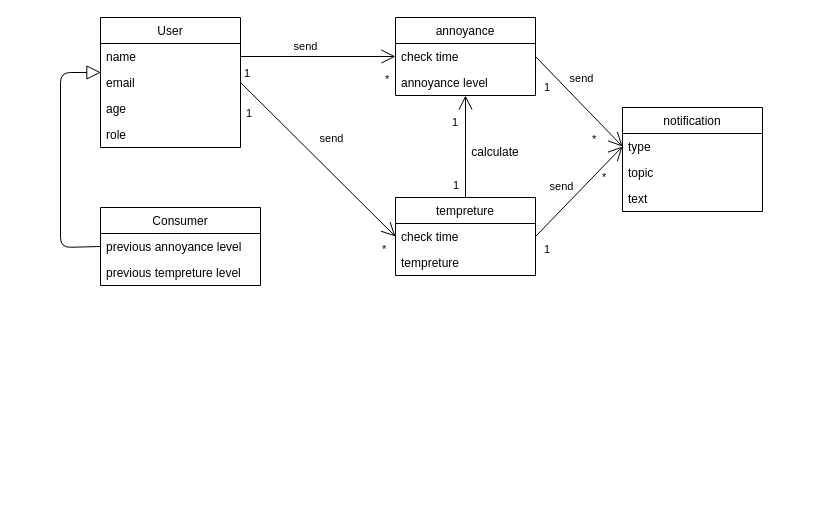
The draw.io diagram 2-SoftwareDesign/2.1-UMLConceptClasses/UML-ConceptClasses.drawio in oleksandrblazhko/ai-215-korchakovskij, before the edit. Source tidied: cells renumbered, new cells numbered last; positions are measured from the earlier drawing's top-left corner, leaving out a move shared by most shapes. Both pictures are drawn from the tidied source at 100%, with x=0, y=0 at pixel (60, 17).
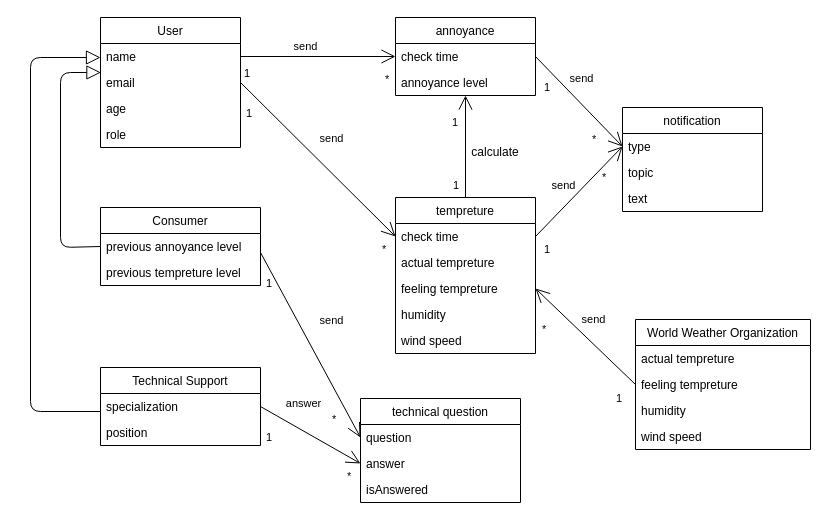
Above is the later version.

The edit, as a diff of the source:
```diff
@@
     <mxCell id="18" value="tempreture" style="swimlane;fontStyle=0;horizontal=1;startSize=26;fillColor=none;" parent="1" vertex="1">
-      <mxGeometry x="335" y="180" width="140" height="78" as="geometry" />
+      <mxGeometry x="335" y="180" width="140" height="156" as="geometry" />
     </mxCell>
@@
-    <mxCell id="20" value="tempreture" style="text;strokeColor=none;fillColor=none;align=left;verticalAlign=top;spacingLeft=4;spacingRight=4;overflow=hidden;" parent="18" vertex="1">
+    <mxCell id="20" value="actual tempreture" style="text;strokeColor=none;fillColor=none;align=left;verticalAlign=top;spacingLeft=4;spacingRight=4;overflow=hidden;" parent="18" vertex="1">
       <mxGeometry y="52" width="140" height="26" as="geometry" />
     </mxCell>
+    <mxCell id="41" value="feeling tempreture" style="text;strokeColor=none;fillColor=none;align=left;verticalAlign=top;spacingLeft=4;spacingRight=4;overflow=hidden;points=[[0,0.5],[1,0.5]];portConstraint=eastwest;" parent="18" vertex="1">
+      <mxGeometry y="78" width="140" height="26" as="geometry" />
+    </mxCell>
+    <mxCell id="42" value="humidity" style="text;strokeColor=none;fillColor=none;align=left;verticalAlign=top;spacingLeft=4;spacingRight=4;overflow=hidden;" parent="18" vertex="1">
+      <mxGeometry y="104" width="140" height="26" as="geometry" />
+    </mxCell>
+    <mxCell id="43" value="wind speed" style="text;strokeColor=none;fillColor=none;align=left;verticalAlign=top;spacingLeft=4;spacingRight=4;overflow=hidden;" parent="18" vertex="1">
+      <mxGeometry y="130" width="140" height="26" as="geometry" />
+    </mxCell>
@@
     <mxCell id="40" value="send" style="edgeLabel;html=1;align=center;verticalAlign=middle;" parent="1" vertex="1">
-      <mxGeometry x="500" y="168" as="geometry" />
+      <mxGeometry x="500" y="168" as="geometry">
+        <mxPoint x="2" y="-1" as="offset" />
+      </mxGeometry>
     </mxCell>
+    <mxCell id="44" value="Technical Support" style="swimlane;fontStyle=0;horizontal=1;startSize=26;fillColor=none;" parent="1" vertex="1">
+      <mxGeometry x="40" y="350" width="160" height="78" as="geometry" />
+    </mxCell>
+    <mxCell id="45" value="specialization" style="text;strokeColor=none;fillColor=none;align=left;verticalAlign=top;spacingLeft=4;spacingRight=4;overflow=hidden;points=[[0,0.5],[1,0.5]];portConstraint=eastwest;" parent="44" vertex="1">
+      <mxGeometry y="26" width="160" height="26" as="geometry" />
+    </mxCell>
+    <mxCell id="46" value="position" style="text;strokeColor=none;fillColor=none;align=left;verticalAlign=top;spacingLeft=4;spacingRight=4;overflow=hidden;" parent="44" vertex="1">
+      <mxGeometry y="52" width="160" height="26" as="geometry" />
+    </mxCell>
+    <mxCell id="47" style="endArrow=none;html=1;startSize=12;startArrow=block;startFill=0;edgeStyle=orthogonalEdgeStyle;entryX=0;entryY=0.5;entryDx=0;entryDy=0;" parent="1" edge="1">
+      <mxGeometry relative="1" as="geometry">
+        <mxPoint x="40" y="40" as="sourcePoint" />
+        <mxPoint x="40" y="394" as="targetPoint" />
+        <Array as="points">
+          <mxPoint x="-30" y="40" />
+          <mxPoint x="-30" y="394" />
+        </Array>
+      </mxGeometry>
+    </mxCell>
+    <mxCell id="48" value="World Weather Organization" style="swimlane;fontStyle=0;horizontal=1;startSize=26;fillColor=none;" parent="1" vertex="1">
+      <mxGeometry x="575" y="302" width="175" height="130" as="geometry" />
+    </mxCell>
+    <mxCell id="49" value="actual tempreture" style="text;strokeColor=none;fillColor=none;align=left;verticalAlign=top;spacingLeft=4;spacingRight=4;overflow=hidden;" parent="48" vertex="1">
+      <mxGeometry y="26" width="175" height="26" as="geometry" />
+    </mxCell>
+    <mxCell id="50" value="feeling tempreture" style="text;strokeColor=none;fillColor=none;align=left;verticalAlign=top;spacingLeft=4;spacingRight=4;overflow=hidden;points=[[0,0.5],[1,0.5]];portConstraint=eastwest;" parent="48" vertex="1">
+      <mxGeometry y="52" width="175" height="26" as="geometry" />
+    </mxCell>
+    <mxCell id="51" value="humidity" style="text;strokeColor=none;fillColor=none;align=left;verticalAlign=top;spacingLeft=4;spacingRight=4;overflow=hidden;" parent="48" vertex="1">
+      <mxGeometry y="78" width="175" height="26" as="geometry" />
+    </mxCell>
+    <mxCell id="52" value="wind speed" style="text;strokeColor=none;fillColor=none;align=left;verticalAlign=top;spacingLeft=4;spacingRight=4;overflow=hidden;" parent="48" vertex="1">
+      <mxGeometry y="104" width="175" height="26" as="geometry" />
+    </mxCell>
+    <mxCell id="53" style="endArrow=none;html=1;startSize=12;startArrow=open;startFill=0;entryX=0;entryY=0.5;entryDx=0;entryDy=0;exitX=1;exitY=0.5;exitDx=0;exitDy=0;" parent="1" edge="1" source="41" target="50">
+      <mxGeometry relative="1" as="geometry" />
+    </mxCell>
+    <mxCell id="54" value="1" style="edgeLabel;html=1;align=right;verticalAlign=bottom;" parent="1" vertex="1">
+      <mxGeometry x="562" y="389" as="geometry" />
+    </mxCell>
+    <mxCell id="55" value="*" style="edgeLabel;html=1;align=left;verticalAlign=bottom;" parent="1" vertex="1">
+      <mxGeometry x="480" y="320" as="geometry" />
+    </mxCell>
+    <mxCell id="56" value="send" style="edgeLabel;html=1;align=center;verticalAlign=middle;" parent="1" vertex="1">
+      <mxGeometry x="530" y="302" as="geometry">
+        <mxPoint x="2" y="-1" as="offset" />
+      </mxGeometry>
+    </mxCell>
+    <mxCell id="57" value="technical question" style="swimlane;fontStyle=0;horizontal=1;startSize=26;fillColor=none;" parent="1" vertex="1">
+      <mxGeometry x="300" y="381" width="160" height="104" as="geometry" />
+    </mxCell>
+    <mxCell id="58" value="question" style="text;strokeColor=none;fillColor=none;align=left;verticalAlign=top;spacingLeft=4;spacingRight=4;overflow=hidden;points=[[0,0.5],[1,0.5]];portConstraint=eastwest;" parent="57" vertex="1">
+      <mxGeometry y="26" width="160" height="26" as="geometry" />
+    </mxCell>
+    <mxCell id="59" value="answer" style="text;strokeColor=none;fillColor=none;align=left;verticalAlign=top;spacingLeft=4;spacingRight=4;overflow=hidden;points=[[0,0.5],[1,0.5]];portConstraint=eastwest;" parent="57" vertex="1">
+      <mxGeometry y="52" width="160" height="26" as="geometry" />
+    </mxCell>
+    <mxCell id="60" value="isAnswered" style="text;strokeColor=none;fillColor=none;align=left;verticalAlign=top;spacingLeft=4;spacingRight=4;overflow=hidden;" parent="57" vertex="1">
+      <mxGeometry y="78" width="160" height="26" as="geometry" />
+    </mxCell>
+    <mxCell id="61" style="endArrow=none;html=1;startSize=12;startArrow=open;startFill=0;entryX=1;entryY=0.5;entryDx=0;entryDy=0;exitX=0;exitY=0.5;exitDx=0;exitDy=0;" parent="1" edge="1" source="58">
+      <mxGeometry relative="1" as="geometry">
+        <mxPoint x="200" y="235" as="targetPoint" />
+      </mxGeometry>
+    </mxCell>
+    <mxCell id="62" value="*" style="edgeLabel;html=1;align=left;verticalAlign=bottom;" parent="61" vertex="1">
+      <mxGeometry x="-1" relative="1" as="geometry">
+        <mxPoint x="-30" y="-10" as="offset" />
+      </mxGeometry>
+    </mxCell>
+    <mxCell id="63" value="1" style="edgeLabel;html=1;align=right;verticalAlign=bottom;" parent="61" vertex="1">
+      <mxGeometry x="1" relative="1" as="geometry">
+        <mxPoint x="12" y="39" as="offset" />
+      </mxGeometry>
+    </mxCell>
+    <mxCell id="64" style="endArrow=none;html=1;startSize=12;startArrow=open;startFill=0;entryX=1;entryY=0.5;entryDx=0;entryDy=0;exitX=0;exitY=0.5;exitDx=0;exitDy=0;" parent="1" edge="1" source="59" target="45">
+      <mxGeometry relative="1" as="geometry" />
+    </mxCell>
+    <mxCell id="65" value="*" style="edgeLabel;html=1;align=left;verticalAlign=bottom;" parent="64" vertex="1">
+      <mxGeometry x="-1" relative="1" as="geometry">
+        <mxPoint x="-15" y="21" as="offset" />
+      </mxGeometry>
+    </mxCell>
+    <mxCell id="66" value="1" style="edgeLabel;html=1;align=right;verticalAlign=bottom;" parent="64" vertex="1">
+      <mxGeometry x="1" relative="1" as="geometry">
+        <mxPoint x="12" y="39" as="offset" />
+      </mxGeometry>
+    </mxCell>
+    <mxCell id="67" value="send" style="edgeLabel;html=1;align=center;verticalAlign=middle;" parent="1" vertex="1">
+      <mxGeometry x="270" y="302" as="geometry" />
+    </mxCell>
+    <mxCell id="68" value="answer" style="edgeLabel;html=1;align=center;verticalAlign=middle;" parent="1" vertex="1">
+      <mxGeometry x="300" y="135" as="geometry">
+        <mxPoint x="-58" y="250" as="offset" />
+      </mxGeometry>
+    </mxCell>
```
